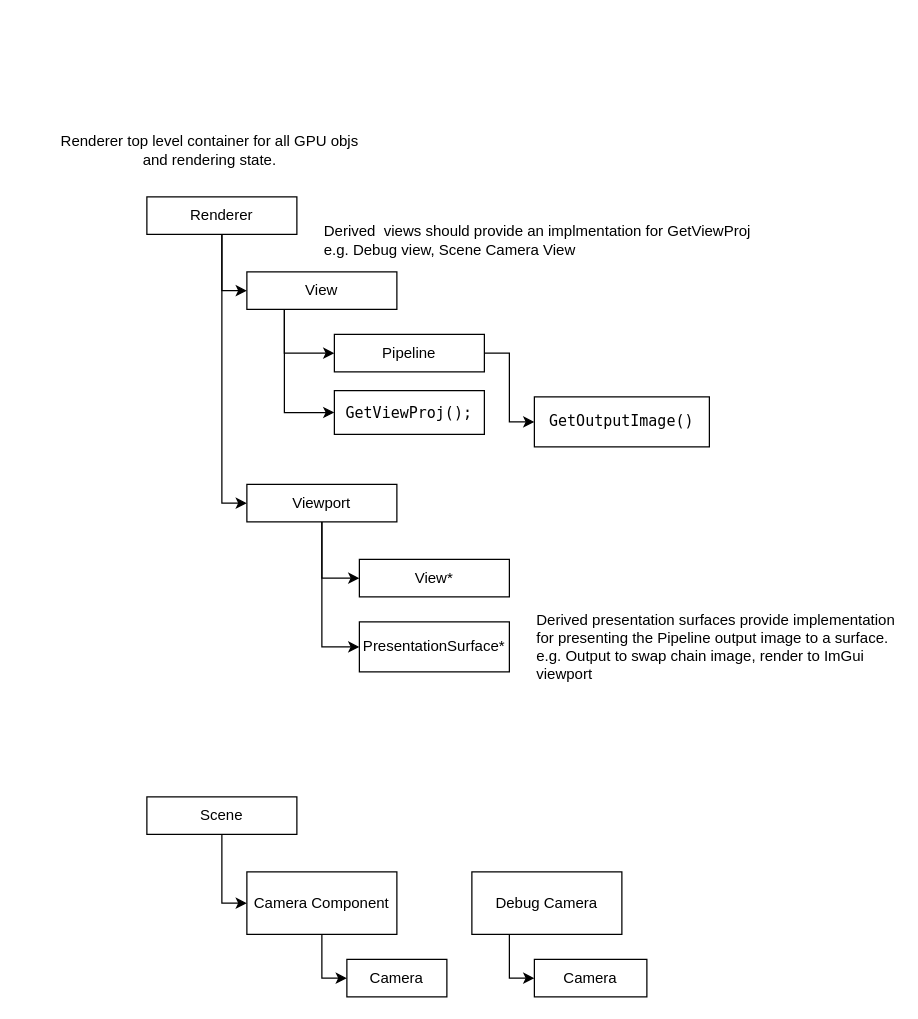
tadgem/turas keeps this draw.io diagram as docs/Renderer Arch.drawio. Above is the earlier version. Source tidied: cells renumbered, new cells numbered last; positions are measured from the earlier drawing's top-left corner, leaving out a move shared by most shapes. Both pictures are drawn from the tidied source at 125%, with x=0, y=0 at pixel (46, 125).
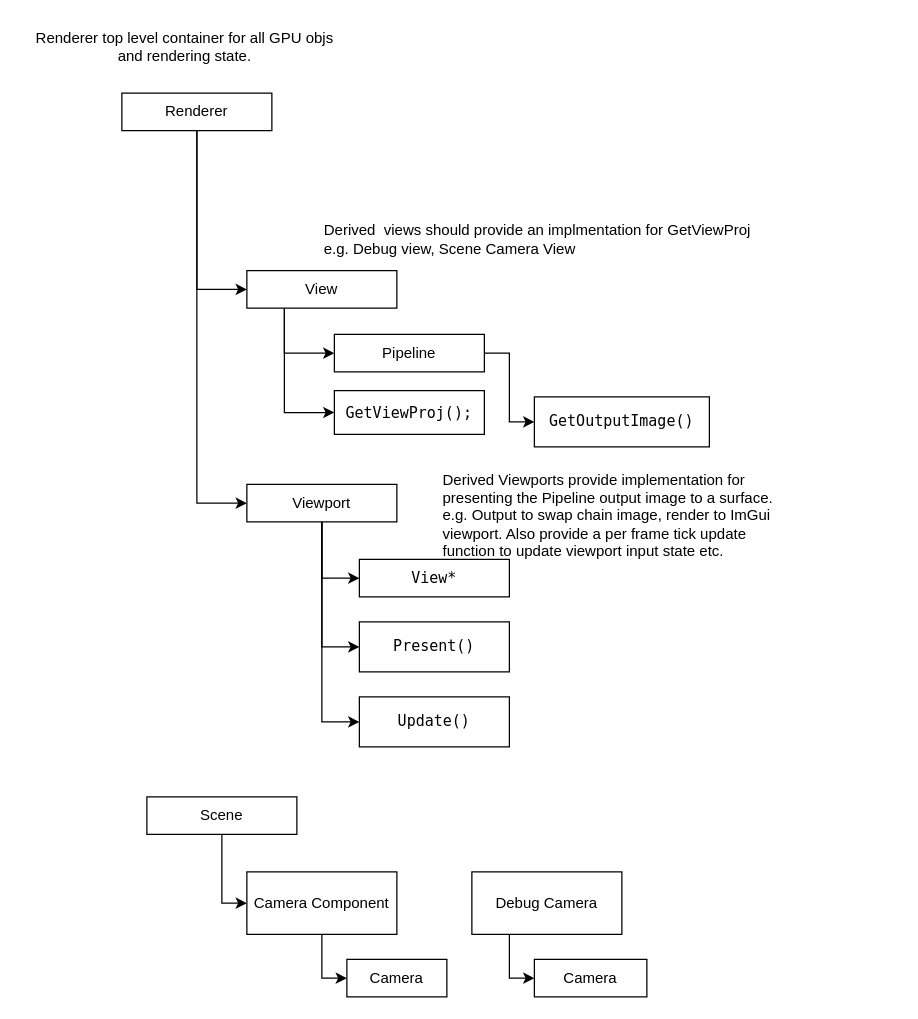
The same diagram, later.

Commit message (it also covers changes not shown here):
stub viewport

The change refers to these unchanged cells:
```xml
<mxCell id="15" value="Viewport" style="whiteSpace=wrap;html=1;" parent="1" vertex="1">
  <mxGeometry x="160" y="287" width="120" height="30" as="geometry" />
</mxCell>
```

Change to the diagram source:
```diff
@@
     <mxCell id="4" value="View" style="rounded=0;whiteSpace=wrap;html=1;" parent="1" vertex="1">
-      <mxGeometry x="160" y="117" width="120" height="30" as="geometry" />
+      <mxGeometry x="160" y="116" width="120" height="30" as="geometry" />
     </mxCell>
@@
     <mxCell id="8" value="Renderer" style="whiteSpace=wrap;html=1;" parent="1" vertex="1">
-      <mxGeometry x="80" y="57" width="120" height="30" as="geometry" />
+      <mxGeometry x="60" y="-26" width="120" height="30" as="geometry" />
     </mxCell>
@@
+    <mxCell id="28" style="edgeStyle=orthogonalEdgeStyle;rounded=0;jettySize=auto;html=1;exitX=0.5;exitY=1;exitDx=0;exitDy=0;entryX=0;entryY=0.5;entryDx=0;entryDy=0;" parent="1" edge="1" source="15" target="29">
+      <mxGeometry relative="1" as="geometry" />
+    </mxCell>
@@
-    <mxCell id="22" value="View*" style="rounded=0;whiteSpace=wrap;html=1;" parent="1" vertex="1">
+    <mxCell id="22" value="&lt;font face=&quot;Lucida Console&quot;&gt;View*&lt;/font&gt;" style="rounded=0;whiteSpace=wrap;html=1;" parent="1" vertex="1">
       <mxGeometry x="250" y="347" width="120" height="30" as="geometry" />
     </mxCell>
@@
-    <mxCell id="24" value="PresentationSurface*" style="whiteSpace=wrap;html=1;" parent="1" vertex="1">
+    <mxCell id="24" value="&lt;font face=&quot;Lucida Console&quot;&gt;Present()&lt;/font&gt;" style="whiteSpace=wrap;html=1;" parent="1" vertex="1">
       <mxGeometry x="250" y="397" width="120" height="40" as="geometry" />
     </mxCell>
     <mxCell id="25" value="Renderer top level container for all GPU objs&lt;br&gt;and rendering state." style="text;html=1;align=center;verticalAlign=middle;strokeColor=none;fillColor=none;" parent="1" vertex="1">
-      <mxGeometry width="260" height="40" as="geometry" />
+      <mxGeometry x="-20" y="-83" width="260" height="40" as="geometry" />
     </mxCell>
     <mxCell id="26" value="Derived&amp;nbsp; views should provide an implmentation for GetViewProj&lt;br&gt;e.g. Debug view, Scene Camera View" style="text;html=1;strokeColor=none;fillColor=none;align=left;verticalAlign=middle;whiteSpace=wrap;rounded=0;" parent="1" vertex="1">
-      <mxGeometry x="220" y="77" width="425" height="30" as="geometry" />
+      <mxGeometry x="220" y="76" width="425" height="30" as="geometry" />
     </mxCell>
-    <mxCell id="27" value="Derived presentation surfaces provide implementation for presenting the Pipeline output image to a surface.&lt;br&gt;e.g. Output to swap chain image, render to ImGui viewport" style="text;html=1;strokeColor=none;fillColor=none;align=left;verticalAlign=middle;whiteSpace=wrap;rounded=0;" parent="1" vertex="1">
-      <mxGeometry x="390" y="402" width="290" height="30" as="geometry" />
+    <mxCell id="27" value="Derived Viewports provide implementation for presenting the Pipeline output image to a surface.&lt;br&gt;e.g. Output to swap chain image, render to ImGui viewport. Also provide a per frame tick update function to update viewport input state etc." style="text;html=1;strokeColor=none;fillColor=none;align=left;verticalAlign=middle;whiteSpace=wrap;rounded=0;" parent="1" vertex="1">
+      <mxGeometry x="315" y="297" width="290" height="30" as="geometry" />
     </mxCell>
+    <mxCell id="29" value="&lt;font face=&quot;Lucida Console&quot;&gt;Update()&lt;/font&gt;" style="whiteSpace=wrap;html=1;" parent="1" vertex="1">
+      <mxGeometry x="250" y="457" width="120" height="40" as="geometry" />
+    </mxCell>
```
